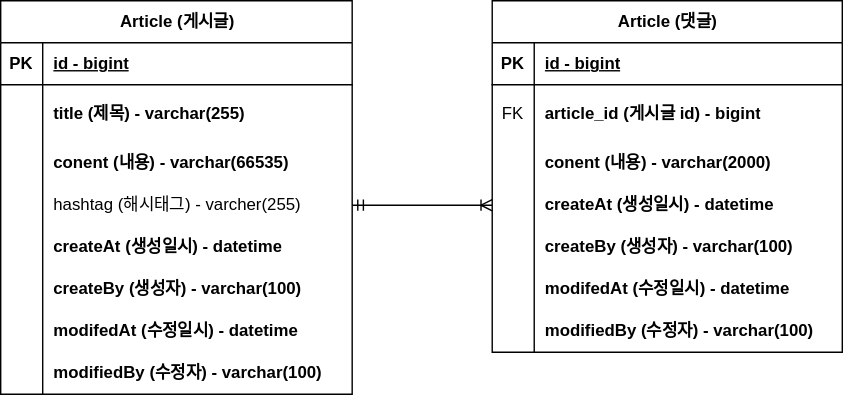
kscold/Spring-board keeps this draw.io diagram as document/project-board-erd.svg. Above is the earlier version. Source tidied: cells renumbered, new cells last; positions are measured from the earlier drawing's top-left corner, leaving out a move shared by most shapes.
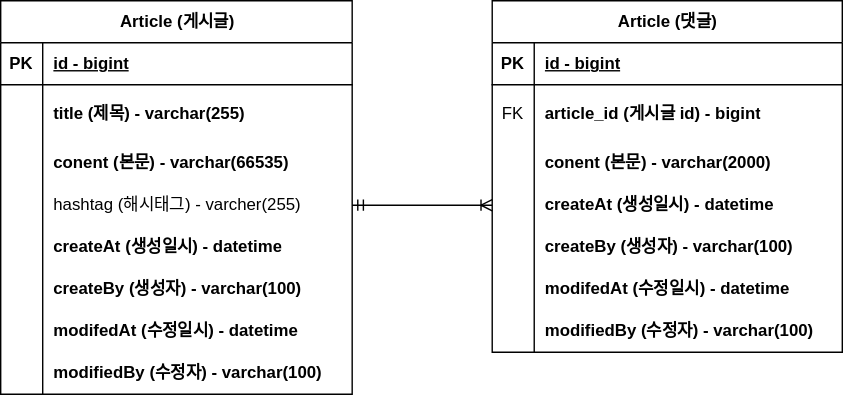
The same diagram one commit later.

Commit message:
#8 - ERD 주석 업데이트: project-board-erd.svg

The edit, as a diff of the source:
```diff
@@ -29,7 +29,7 @@
     <mxCell id="10" style="shape=partialRectangle;fillColor=none;top=0;left=0;bottom=0;right=0;overflow=hidden;whiteSpace=wrap;html=1;" parent="9" vertex="1">
       <mxGeometry width="30" height="30" as="geometry" />
     </mxCell>
-    <mxCell id="11" value="conent (내용) - varchar(66535)" style="shape=partialRectangle;fillColor=none;top=0;left=0;bottom=0;right=0;align=left;spacingLeft=6;overflow=hidden;whiteSpace=wrap;html=1;fontStyle=1;" parent="9" vertex="1">
+    <mxCell id="11" value="conent (본문) - varchar(66535)" style="shape=partialRectangle;fillColor=none;top=0;left=0;bottom=0;right=0;align=left;spacingLeft=6;overflow=hidden;whiteSpace=wrap;html=1;fontStyle=1;" parent="9" vertex="1">
       <mxGeometry x="30" width="221" height="30" as="geometry" />
     </mxCell>
     <mxCell id="12" style="shape=tableRow;horizontal=0;startSize=0;swimlaneHead=0;swimlaneBody=0;fillColor=none;points=[[0,0.5],[1,0.5]];portConstraint=eastwest;top=0;left=0;right=0;bottom=0;" parent="2" vertex="1">
@@ -104,7 +104,7 @@
     <mxCell id="35" style="shape=partialRectangle;fillColor=none;top=0;left=0;bottom=0;right=0;overflow=hidden;whiteSpace=wrap;html=1;" parent="34" vertex="1">
       <mxGeometry width="30" height="30" as="geometry" />
     </mxCell>
-    <mxCell id="36" value="conent (내용) - varchar(2000)" style="shape=partialRectangle;fillColor=none;top=0;left=0;bottom=0;right=0;align=left;spacingLeft=6;overflow=hidden;whiteSpace=wrap;html=1;fontStyle=1;" parent="34" vertex="1">
+    <mxCell id="36" value="conent (본문) - varchar(2000)" style="shape=partialRectangle;fillColor=none;top=0;left=0;bottom=0;right=0;align=left;spacingLeft=6;overflow=hidden;whiteSpace=wrap;html=1;fontStyle=1;" parent="34" vertex="1">
       <mxGeometry x="30" width="220" height="30" as="geometry" />
     </mxCell>
     <mxCell id="37" style="shape=tableRow;horizontal=0;startSize=0;swimlaneHead=0;swimlaneBody=0;fillColor=none;points=[[0,0.5],[1,0.5]];portConstraint=eastwest;top=0;left=0;right=0;bottom=0;" parent="27" vertex="1">
```
